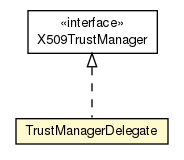
This is brmo-service/apidocs/nl/b3p/brmo/service/util/TrustManagerDelegate.png from B3Partners/brmo, a Graphviz export, as it was before one commit. Its source is kept beside it as brmo-service/apidocs/nl/b3p/brmo/service/util/TrustManagerDelegate.dot. Source of this version:
```dot

digraph G {
	edge [fontname="Helvetica",fontsize=10,labelfontname="Helvetica",labelfontsize=10];
	node [fontname="Helvetica",fontsize=10,shape=plaintext];
	nodesep=0.25;
	ranksep=0.5;
	c2035 [label=<<table title="nl.b3p.brmo.service.util.TrustManagerDelegate" border="0" cellborder="1" cellspacing="0" cellpadding="2" port="p" bgcolor="lemonChiffon" href="./TrustManagerDelegate.html">
		<tr><td><table border="0" cellspacing="0" cellpadding="1">
<tr><td align="center" balign="center"> TrustManagerDelegate </td></tr>
		</table></td></tr>
		</table>>, URL="./TrustManagerDelegate.html", fontname="Helvetica", fontcolor="black", fontsize=10.0];
	c2055:p -> c2035:p [dir=back,arrowtail=empty,style=dashed];
	c2055 [label=<<table title="javax.net.ssl.X509TrustManager" border="0" cellborder="1" cellspacing="0" cellpadding="2" port="p">
		<tr><td><table border="0" cellspacing="0" cellpadding="1">
<tr><td align="center" balign="center"> &#171;interface&#187; </td></tr>
<tr><td align="center" balign="center"> X509TrustManager </td></tr>
		</table></td></tr>
		</table>>, URL="null", fontname="Helvetica", fontcolor="black", fontsize=10.0];
}
```
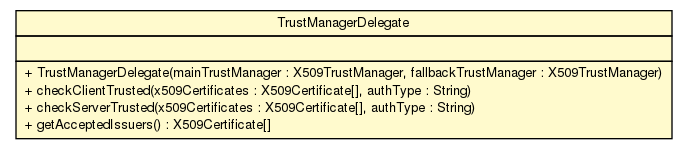
After the change.

What changed in the source:
```diff
@@ -4,16 +4,18 @@
 	node [fontname="Helvetica",fontsize=10,shape=plaintext];
 	nodesep=0.25;
 	ranksep=0.5;
-	c2035 [label=<<table title="nl.b3p.brmo.service.util.TrustManagerDelegate" border="0" cellborder="1" cellspacing="0" cellpadding="2" port="p" bgcolor="lemonChiffon" href="./TrustManagerDelegate.html">
+	c2110 [label=<<table title="nl.b3p.brmo.service.util.TrustManagerDelegate" border="0" cellborder="1" cellspacing="0" cellpadding="2" port="p" bgcolor="lemonChiffon" href="./TrustManagerDelegate.html">
 		<tr><td><table border="0" cellspacing="0" cellpadding="1">
 <tr><td align="center" balign="center"> TrustManagerDelegate </td></tr>
 		</table></td></tr>
+		<tr><td><table border="0" cellspacing="0" cellpadding="1">
+<tr><td align="left" balign="left">  </td></tr>
+		</table></td></tr>
+		<tr><td><table border="0" cellspacing="0" cellpadding="1">
+<tr><td align="left" balign="left"> + TrustManagerDelegate(mainTrustManager : X509TrustManager, fallbackTrustManager : X509TrustManager) </td></tr>
+<tr><td align="left" balign="left"> + checkClientTrusted(x509Certificates : X509Certificate[], authType : String) </td></tr>
+<tr><td align="left" balign="left"> + checkServerTrusted(x509Certificates : X509Certificate[], authType : String) </td></tr>
+<tr><td align="left" balign="left"> + getAcceptedIssuers() : X509Certificate[] </td></tr>
+		</table></td></tr>
 		</table>>, URL="./TrustManagerDelegate.html", fontname="Helvetica", fontcolor="black", fontsize=10.0];
-	c2055:p -> c2035:p [dir=back,arrowtail=empty,style=dashed];
-	c2055 [label=<<table title="javax.net.ssl.X509TrustManager" border="0" cellborder="1" cellspacing="0" cellpadding="2" port="p">
-		<tr><td><table border="0" cellspacing="0" cellpadding="1">
-<tr><td align="center" balign="center"> &#171;interface&#187; </td></tr>
-<tr><td align="center" balign="center"> X509TrustManager </td></tr>
-		</table></td></tr>
-		</table>>, URL="null", fontname="Helvetica", fontcolor="black", fontsize=10.0];
 }
```
